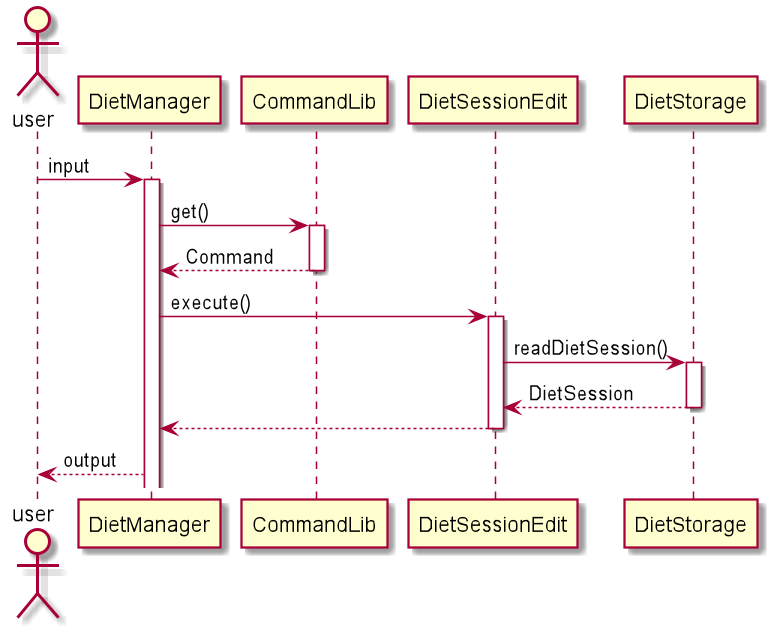
Before: docs/pictures/Zeon/DietSessionEdit.png, a diagram exported from PlantUML (zsk612/tp). Source of this version:
```plantuml
@startuml
actor user
user -> DietManager : input
activate DietManager

DietManager -> CommandLib : get()
activate CommandLib
CommandLib --> DietManager : Command
deactivate CommandLib

DietManager -> DietSessionEdit : execute()
activate DietSessionEdit

DietSessionEdit -> DietStorage : readDietSession()
activate DietStorage
DietStorage --> DietSessionEdit : DietSession
deactivate DietStorage

DietSessionEdit --> DietManager
deactivate DietSessionEdit

DietManager --> user : output
@enduml
```
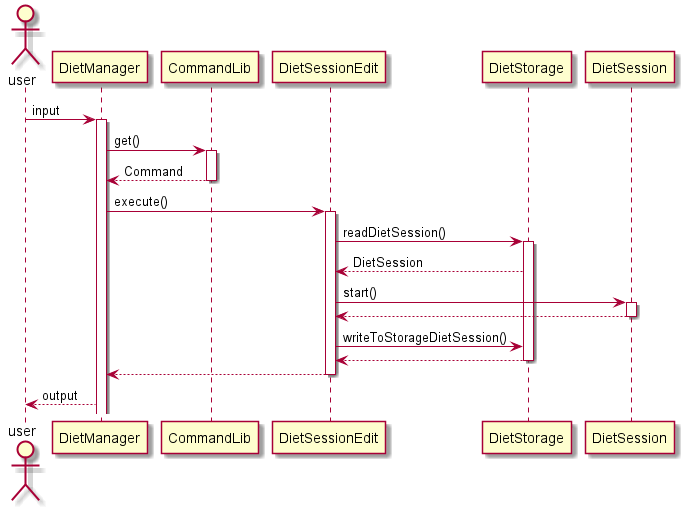
The same file after the commit.

The edit, as a diff of the source:
```diff
@@ -14,8 +14,14 @@
 DietSessionEdit -> DietStorage : readDietSession()
 activate DietStorage
 DietStorage --> DietSessionEdit : DietSession
+
+DietSessionEdit -> DietSession : start()
+activate DietSession
+DietSession --> DietSessionEdit
+deactivate DietSession
+DietSessionEdit -> DietStorage : writeToStorageDietSession()
+DietStorage --> DietSessionEdit
 deactivate DietStorage
-
 DietSessionEdit --> DietManager
 deactivate DietSessionEdit
 
```
